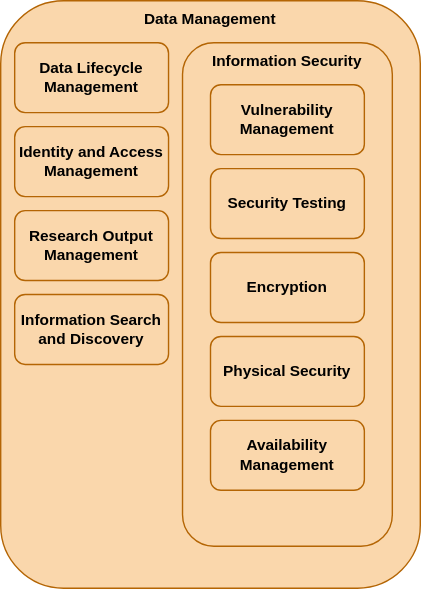
The draw.io diagram docs/images/Capability_Map/data_management.drawio.svg in sa-tre/satre-specification, before a commit. Source tidied: cells renumbered, new cells last; positions are measured from the earlier drawing's top-left corner, leaving out a move shared by most shapes. Its diagram source:
```xml
<mxGraphModel>
  <root>
    <mxCell id="0" />
    <mxCell id="1" parent="0" />
    <mxCell id="2" value="Data Management" style="rounded=1;whiteSpace=wrap;html=1;fillColor=#fad7ac;strokeColor=#b46504;verticalAlign=top;fontSize=11;fontStyle=1;" parent="1" vertex="1">
      <mxGeometry width="300" height="420" as="geometry" />
    </mxCell>
    <mxCell id="3" value="Research Output Management" style="rounded=1;whiteSpace=wrap;html=1;fillColor=#fad7ac;strokeColor=#b46504;fontSize=11;fontStyle=1;" parent="1" vertex="1">
      <mxGeometry x="10" y="150" width="110" height="50" as="geometry" />
    </mxCell>
    <mxCell id="4" value="Identity and Access Management" style="rounded=1;whiteSpace=wrap;html=1;fillColor=#fad7ac;strokeColor=#b46504;fontSize=11;fontStyle=1;" parent="1" vertex="1">
      <mxGeometry x="10" y="90" width="110" height="50" as="geometry" />
    </mxCell>
    <mxCell id="5" value="Data Lifecycle Management" style="rounded=1;whiteSpace=wrap;html=1;fillColor=#fad7ac;strokeColor=#b46504;fontSize=11;fontStyle=1;" parent="1" vertex="1">
      <mxGeometry x="10" y="30" width="110" height="50" as="geometry" />
    </mxCell>
    <mxCell id="6" value="Information Search and Discovery" style="rounded=1;whiteSpace=wrap;html=1;fillColor=#fad7ac;strokeColor=#b46504;fontSize=11;fontStyle=1;" parent="1" vertex="1">
      <mxGeometry x="10" y="210" width="110" height="50" as="geometry" />
    </mxCell>
    <mxCell id="7" value="Information Security" style="rounded=1;whiteSpace=wrap;html=1;fillColor=#fad7ac;strokeColor=#b46504;verticalAlign=top;fontSize=11;fontStyle=1;" parent="1" vertex="1">
      <mxGeometry x="130" y="30" width="150" height="360" as="geometry" />
    </mxCell>
    <mxCell id="8" value="Vulnerability Management" style="rounded=1;whiteSpace=wrap;html=1;fillColor=#fad7ac;strokeColor=#b46504;fontSize=11;fontStyle=1;" parent="1" vertex="1">
      <mxGeometry x="150" y="60" width="110" height="50" as="geometry" />
    </mxCell>
    <mxCell id="9" value="Security Testing" style="rounded=1;whiteSpace=wrap;html=1;fillColor=#fad7ac;strokeColor=#b46504;fontSize=11;fontStyle=1;" parent="1" vertex="1">
      <mxGeometry x="150" y="120" width="110" height="50" as="geometry" />
    </mxCell>
    <mxCell id="10" value="Encryption" style="rounded=1;whiteSpace=wrap;html=1;fillColor=#fad7ac;strokeColor=#b46504;fontSize=11;fontStyle=1;" parent="1" vertex="1">
      <mxGeometry x="150" y="180" width="110" height="50" as="geometry" />
    </mxCell>
    <mxCell id="11" value="Physical Security" style="rounded=1;whiteSpace=wrap;html=1;fillColor=#fad7ac;strokeColor=#b46504;fontSize=11;fontStyle=1;" parent="1" vertex="1">
      <mxGeometry x="150" y="240" width="110" height="50" as="geometry" />
    </mxCell>
    <mxCell id="12" value="Availability Management" style="rounded=1;whiteSpace=wrap;html=1;fillColor=#fad7ac;strokeColor=#b46504;fontSize=11;fontStyle=1;" parent="1" vertex="1">
      <mxGeometry x="150" y="300" width="110" height="50" as="geometry" />
    </mxCell>
  </root>
</mxGraphModel>
```
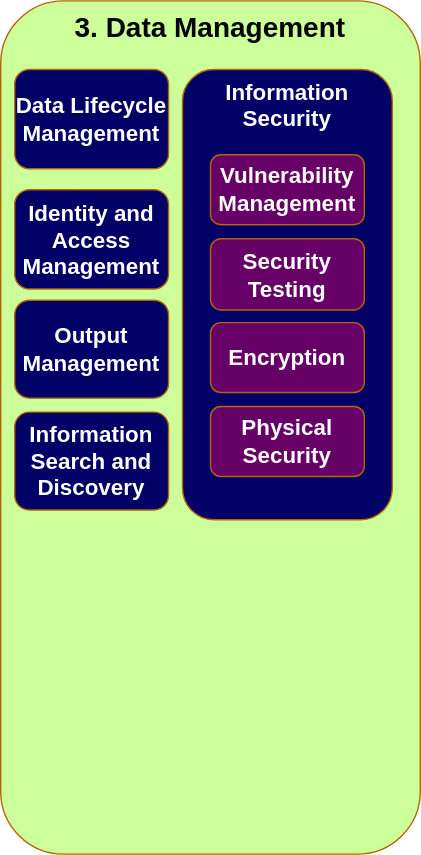
The same file after the commit.

The edit, as a diff of the source:
```diff
@@ -2,38 +2,35 @@
   <root>
     <mxCell id="0" />
     <mxCell id="1" parent="0" />
-    <mxCell id="2" value="Data Management" style="rounded=1;whiteSpace=wrap;html=1;fillColor=#fad7ac;strokeColor=#b46504;verticalAlign=top;fontSize=11;fontStyle=1;" parent="1" vertex="1">
-      <mxGeometry width="300" height="420" as="geometry" />
-    </mxCell>
-    <mxCell id="3" value="Research Output Management" style="rounded=1;whiteSpace=wrap;html=1;fillColor=#fad7ac;strokeColor=#b46504;fontSize=11;fontStyle=1;" parent="1" vertex="1">
-      <mxGeometry x="10" y="150" width="110" height="50" as="geometry" />
-    </mxCell>
+    <mxCell id="12" value="&lt;font style=&quot;font-size: 20px;&quot;&gt;3. Data Management&lt;/font&gt;" style="rounded=1;whiteSpace=wrap;html=1;fillColor=#CCFF99;strokeColor=#b46504;verticalAlign=top;fontSize=20;fontStyle=1;gradientColor=none;" parent="1" vertex="1">
+      <mxGeometry x="320" y="-1" width="300" height="610" as="geometry" />
+    </mxCell>
+    <mxCell id="13" value="&lt;font style=&quot;font-size: 16px;&quot;&gt;Output Management&lt;/font&gt;" style="rounded=1;whiteSpace=wrap;html=1;fillColor=#000066;strokeColor=#b46504;fontSize=16;fontStyle=1;fontColor=#FFFFFF;" parent="1" vertex="1">
+      <mxGeometry x="330" y="213" width="110" height="70" as="geometry" />
+    </mxCell>
-    <mxCell id="4" value="Identity and Access Management" style="rounded=1;whiteSpace=wrap;html=1;fillColor=#fad7ac;strokeColor=#b46504;fontSize=11;fontStyle=1;" parent="1" vertex="1">
-      <mxGeometry x="10" y="90" width="110" height="50" as="geometry" />
+    <mxCell id="4" value="&lt;font style=&quot;font-size: 16px;&quot;&gt;Identity and Access Management&lt;/font&gt;" style="rounded=1;whiteSpace=wrap;html=1;fillColor=#000066;strokeColor=#b46504;fontSize=16;fontStyle=1;fontColor=#FFFFFF;" parent="1" vertex="1">
+      <mxGeometry x="330" y="134" width="110" height="71" as="geometry" />
     </mxCell>
-    <mxCell id="5" value="Data Lifecycle Management" style="rounded=1;whiteSpace=wrap;html=1;fillColor=#fad7ac;strokeColor=#b46504;fontSize=11;fontStyle=1;" parent="1" vertex="1">
-      <mxGeometry x="10" y="30" width="110" height="50" as="geometry" />
+    <mxCell id="5" value="&lt;font style=&quot;font-size: 16px;&quot;&gt;Data Lifecycle Management&lt;/font&gt;" style="rounded=1;whiteSpace=wrap;html=1;fillColor=#000066;strokeColor=#b46504;fontSize=16;fontStyle=1;fontColor=#FFFFFF;" parent="1" vertex="1">
+      <mxGeometry x="330" y="48" width="110" height="71" as="geometry" />
     </mxCell>
-    <mxCell id="6" value="Information Search and Discovery" style="rounded=1;whiteSpace=wrap;html=1;fillColor=#fad7ac;strokeColor=#b46504;fontSize=11;fontStyle=1;" parent="1" vertex="1">
-      <mxGeometry x="10" y="210" width="110" height="50" as="geometry" />
+    <mxCell id="6" value="&lt;font style=&quot;font-size: 16px;&quot;&gt;Information Search and Discovery&lt;/font&gt;" style="rounded=1;whiteSpace=wrap;html=1;fillColor=#000066;strokeColor=#b46504;fontSize=16;fontStyle=1;fontColor=#FFFFFF;" parent="1" vertex="1">
+      <mxGeometry x="330" y="293" width="110" height="70" as="geometry" />
     </mxCell>
-    <mxCell id="7" value="Information Security" style="rounded=1;whiteSpace=wrap;html=1;fillColor=#fad7ac;strokeColor=#b46504;verticalAlign=top;fontSize=11;fontStyle=1;" parent="1" vertex="1">
-      <mxGeometry x="130" y="30" width="150" height="360" as="geometry" />
+    <mxCell id="7" value="&lt;font style=&quot;font-size: 16px;&quot;&gt;Information Security&lt;/font&gt;" style="rounded=1;whiteSpace=wrap;html=1;fillColor=#000066;strokeColor=#b46504;verticalAlign=top;fontSize=16;fontStyle=1;fontColor=#FFFFFF;" parent="1" vertex="1">
+      <mxGeometry x="450" y="48" width="150" height="322" as="geometry" />
     </mxCell>
-    <mxCell id="8" value="Vulnerability Management" style="rounded=1;whiteSpace=wrap;html=1;fillColor=#fad7ac;strokeColor=#b46504;fontSize=11;fontStyle=1;" parent="1" vertex="1">
-      <mxGeometry x="150" y="60" width="110" height="50" as="geometry" />
+    <mxCell id="8" value="&lt;font style=&quot;font-size: 16px;&quot;&gt;Vulnerability Management&lt;/font&gt;" style="rounded=1;whiteSpace=wrap;html=1;fillColor=#660066;strokeColor=#b46504;fontSize=16;fontStyle=1;fontColor=#FFFFFF;labelBorderColor=none;" parent="1" vertex="1">
+      <mxGeometry x="470" y="109" width="110" height="50" as="geometry" />
     </mxCell>
-    <mxCell id="9" value="Security Testing" style="rounded=1;whiteSpace=wrap;html=1;fillColor=#fad7ac;strokeColor=#b46504;fontSize=11;fontStyle=1;" parent="1" vertex="1">
-      <mxGeometry x="150" y="120" width="110" height="50" as="geometry" />
+    <mxCell id="9" value="&lt;font style=&quot;font-size: 16px;&quot;&gt;Security Testing&lt;/font&gt;" style="rounded=1;whiteSpace=wrap;html=1;fillColor=#660066;strokeColor=#b46504;fontSize=16;fontStyle=1;fontColor=#FFFFFF;labelBorderColor=none;" parent="1" vertex="1">
+      <mxGeometry x="470" y="169" width="110" height="51" as="geometry" />
     </mxCell>
-    <mxCell id="10" value="Encryption" style="rounded=1;whiteSpace=wrap;html=1;fillColor=#fad7ac;strokeColor=#b46504;fontSize=11;fontStyle=1;" parent="1" vertex="1">
-      <mxGeometry x="150" y="180" width="110" height="50" as="geometry" />
+    <mxCell id="10" value="&lt;font style=&quot;font-size: 16px;&quot;&gt;Encryption&lt;/font&gt;" style="rounded=1;whiteSpace=wrap;html=1;fillColor=#660066;strokeColor=#b46504;fontSize=16;fontStyle=1;fontColor=#FFFFFF;labelBorderColor=none;" parent="1" vertex="1">
+      <mxGeometry x="470" y="229" width="110" height="50" as="geometry" />
     </mxCell>
-    <mxCell id="11" value="Physical Security" style="rounded=1;whiteSpace=wrap;html=1;fillColor=#fad7ac;strokeColor=#b46504;fontSize=11;fontStyle=1;" parent="1" vertex="1">
-      <mxGeometry x="150" y="240" width="110" height="50" as="geometry" />
+    <mxCell id="11" value="&lt;font style=&quot;font-size: 16px;&quot;&gt;Physical Security&lt;/font&gt;" style="rounded=1;whiteSpace=wrap;html=1;fillColor=#660066;strokeColor=#b46504;fontSize=16;fontStyle=1;fontColor=#FFFFFF;labelBorderColor=none;" parent="1" vertex="1">
+      <mxGeometry x="470" y="289" width="110" height="50" as="geometry" />
     </mxCell>
-    <mxCell id="12" value="Availability Management" style="rounded=1;whiteSpace=wrap;html=1;fillColor=#fad7ac;strokeColor=#b46504;fontSize=11;fontStyle=1;" parent="1" vertex="1">
-      <mxGeometry x="150" y="300" width="110" height="50" as="geometry" />
-    </mxCell>
   </root>
 </mxGraphModel>
```
